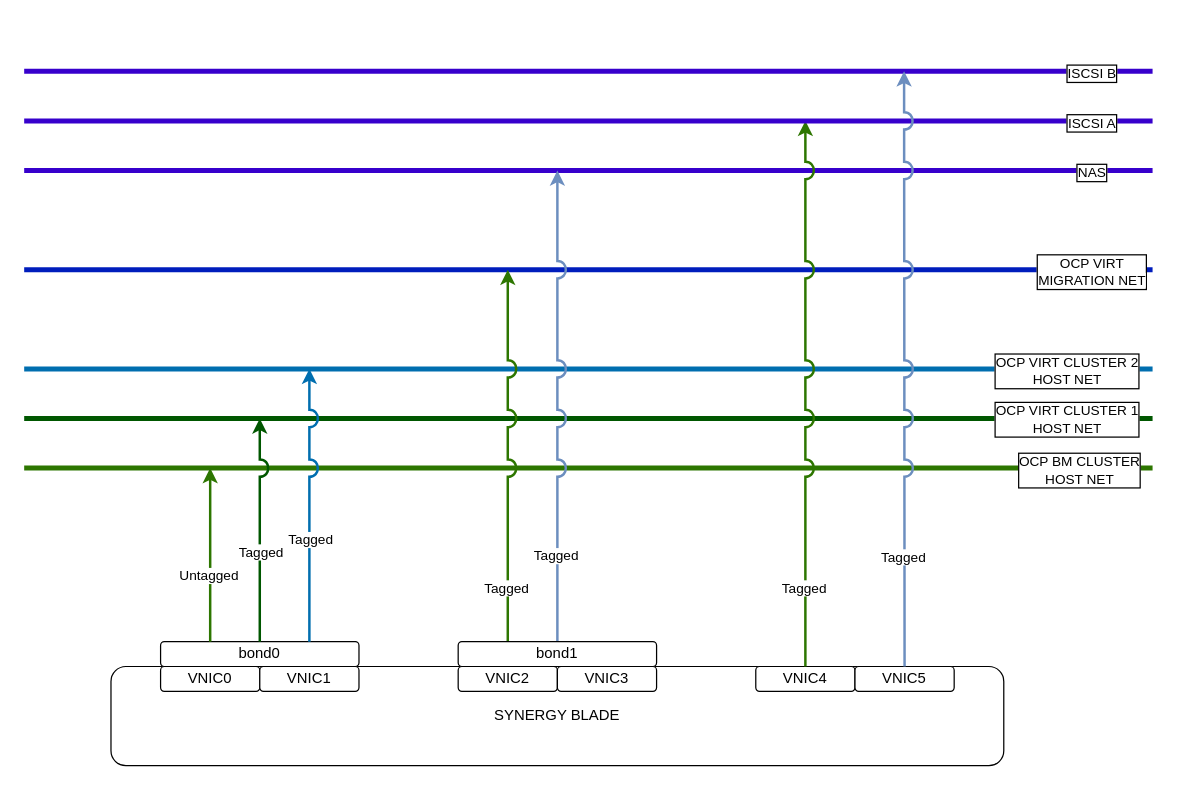
This is ocp-virt-nets.drawio from rustypan/diagrams, a draw.io file, before an edit. Source tidied: cells renumbered, new cells numbered last; positions are measured from the earlier drawing's top-left corner, leaving out a move shared by most shapes. Both pictures are drawn from the tidied source at 124%, with x=0, y=0 at pixel (24, 71).
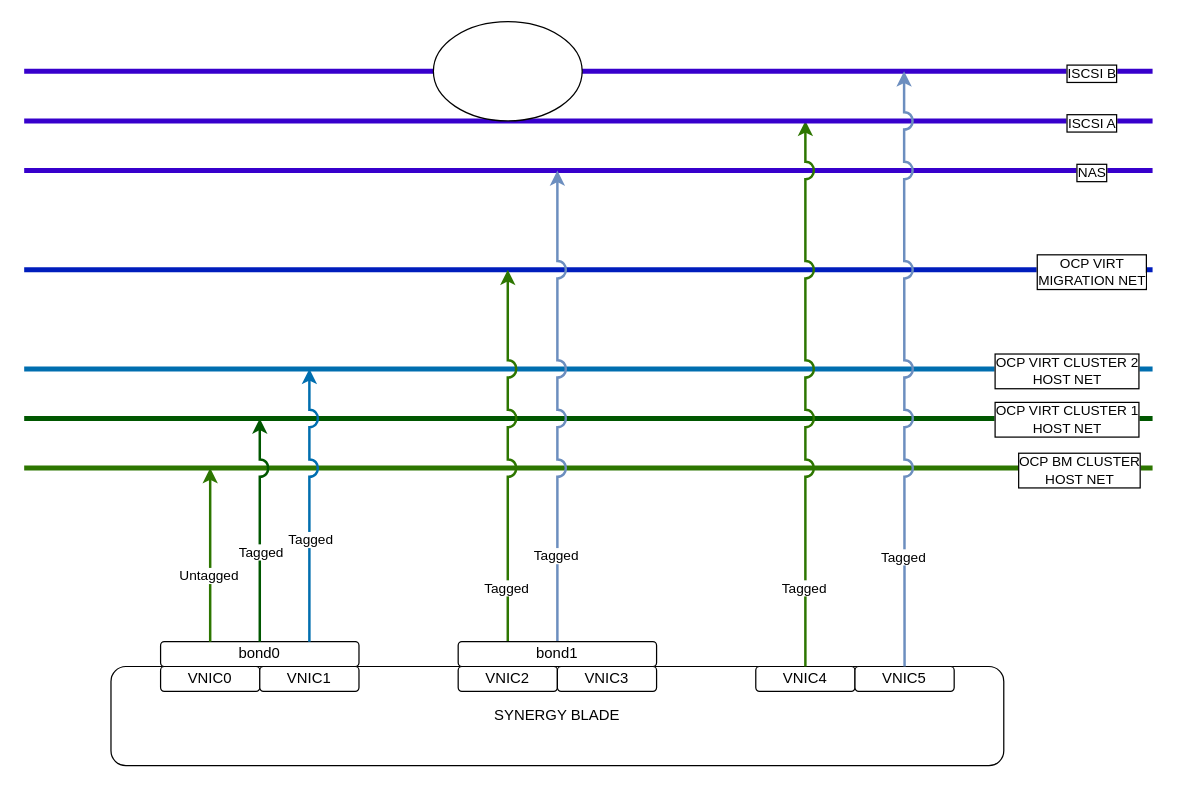
The same page after the edit.

Change to the diagram source:
```diff
@@
+    <mxCell id="42" style="ellipse;whiteSpace=wrap;html=1;" parent="1" vertex="1">
+      <mxGeometry x="330" y="-40" width="120" height="80" as="geometry" />
+    </mxCell>
```
